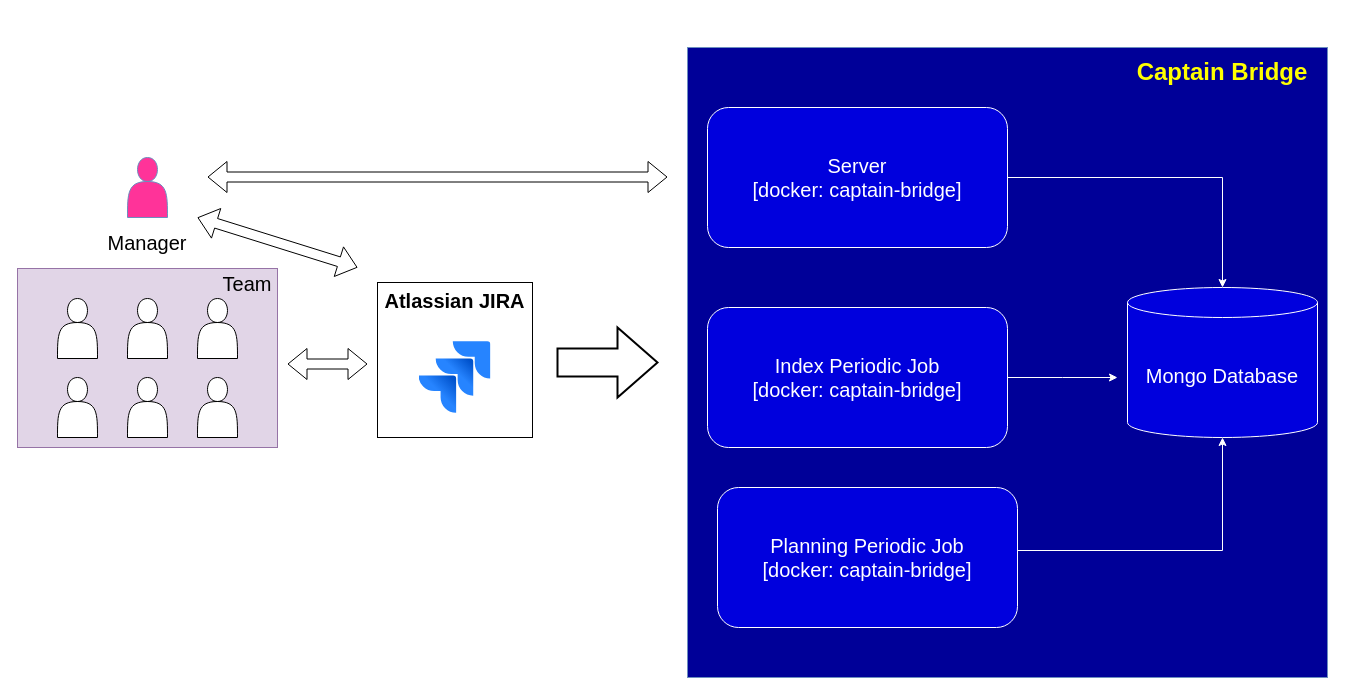
Above: architecture.drawio in panaetov/captain-bridge-wiki (draw.io), before the change. Source tidied: cells renumbered, new cells numbered last; positions are measured from the earlier drawing's top-left corner, leaving out a move shared by most shapes. Both pictures are drawn from the tidied source at 100%, with x=0, y=0 at pixel (17, 47).
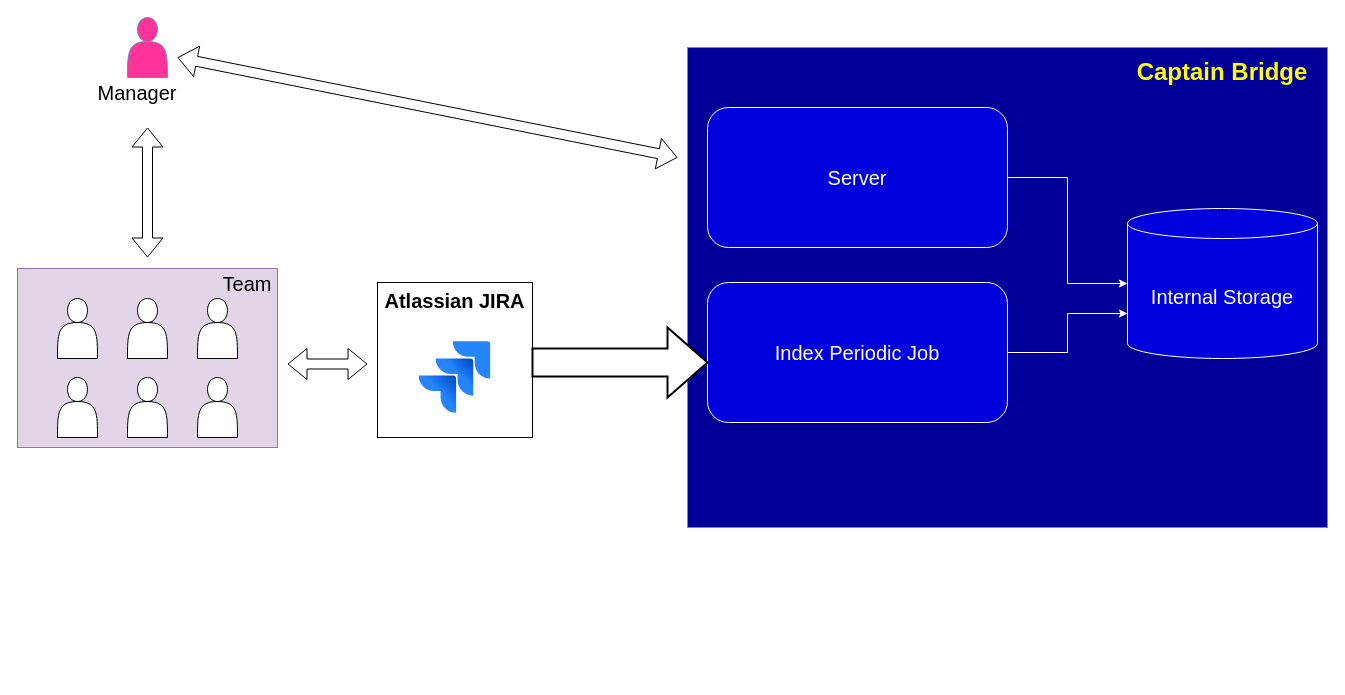
Above is the later version.

What changed in the source:
```diff
@@
     <mxCell id="3" style="rounded=0;whiteSpace=wrap;html=1;fillColor=#000098;strokeColor=#6c8ebf;" parent="1" vertex="1">
-      <mxGeometry x="670" width="640" height="630" as="geometry" />
+      <mxGeometry x="670" width="640" height="480" as="geometry" />
     </mxCell>
@@
-    <mxCell id="5" value="&lt;font style=&quot;font-size: 20px;&quot; color=&quot;#ffffff&quot;&gt;Server&lt;/font&gt;&lt;div&gt;&lt;font style=&quot;font-size: 20px;&quot; color=&quot;#ffffff&quot;&gt;[docker: captain-bridge]&lt;/font&gt;&lt;/div&gt;" style="rounded=1;whiteSpace=wrap;html=1;fillColor=#0000DD;strokeColor=#FFFFFF;" parent="1" vertex="1">
+    <mxCell id="5" value="&lt;font style=&quot;font-size: 20px;&quot; color=&quot;#ffffff&quot;&gt;Server&lt;/font&gt;" style="rounded=1;whiteSpace=wrap;html=1;fillColor=#0000DD;strokeColor=#FFFFFF;" parent="1" vertex="1">
       <mxGeometry x="690" y="60" width="300" height="140" as="geometry" />
     </mxCell>
-    <mxCell id="6" value="Mongo Database" style="shape=cylinder3;whiteSpace=wrap;html=1;boundedLbl=1;backgroundOutline=1;size=15;fillColor=#0000DD;strokeColor=#FFFFFF;fontSize=20;fontColor=#FFFFFF;" parent="1" vertex="1">
-      <mxGeometry x="1110" y="240" width="190" height="150" as="geometry" />
+    <mxCell id="6" value="Internal Storage" style="shape=cylinder3;whiteSpace=wrap;html=1;boundedLbl=1;backgroundOutline=1;size=15;fillColor=#0000DD;strokeColor=#FFFFFF;fontSize=20;fontColor=#FFFFFF;" parent="1" vertex="1">
+      <mxGeometry x="1110" y="161" width="190" height="150" as="geometry" />
     </mxCell>
-    <mxCell id="7" style="edgeStyle=orthogonalEdgeStyle;rounded=0;jettySize=auto;html=1;strokeColor=#FFFFFF;" parent="1" edge="1" source="8">
-      <mxGeometry relative="1" as="geometry">
-        <mxPoint x="1100" y="330" as="targetPoint" />
-      </mxGeometry>
+    <mxCell id="7" style="edgeStyle=orthogonalEdgeStyle;rounded=0;jettySize=auto;html=1;strokeColor=#FFFFFF;entryX=0;entryY=0;entryDx=0;entryDy=105;entryPerimeter=0;" parent="1" edge="1" source="8" target="6">
+      <mxGeometry relative="1" as="geometry" />
     </mxCell>
-    <mxCell id="8" value="&lt;div&gt;Index Periodic Job&lt;/div&gt;&lt;div&gt;[docker: captain-bridge]&lt;/div&gt;" style="rounded=1;whiteSpace=wrap;html=1;fillColor=#0000DD;strokeColor=#FFFFFF;fontSize=20;gradientColor=none;fontColor=#FFFFFF;" parent="1" vertex="1">
-      <mxGeometry x="690" y="260" width="300" height="140" as="geometry" />
+    <mxCell id="8" value="&lt;div&gt;Index Periodic Job&lt;/div&gt;" style="rounded=1;whiteSpace=wrap;html=1;fillColor=#0000DD;strokeColor=#FFFFFF;fontSize=20;gradientColor=none;fontColor=#FFFFFF;" parent="1" vertex="1">
+      <mxGeometry x="690" y="235" width="300" height="140" as="geometry" />
     </mxCell>
-    <mxCell id="9" value="&lt;div&gt;Planning Periodic Job&lt;/div&gt;&lt;div&gt;[docker: captain-bridge]&lt;/div&gt;" style="rounded=1;whiteSpace=wrap;html=1;fillColor=#0000DD;fontSize=20;fontColor=#FFFFFF;strokeColor=#FFFFFF;" parent="1" vertex="1">
-      <mxGeometry x="700" y="440" width="300" height="140" as="geometry" />
-    </mxCell>
-    <mxCell id="10" style="edgeStyle=orthogonalEdgeStyle;rounded=0;jettySize=auto;html=1;exitX=1;exitY=0.45;exitDx=0;exitDy=0;exitPerimeter=0;entryX=0.5;entryY=1;entryDx=0;entryDy=0;entryPerimeter=0;strokeColor=#FFFFFF;" parent="1" edge="1" source="9" target="6">
-      <mxGeometry relative="1" as="geometry" />
-    </mxCell>
@@
     <mxCell id="13" style="shape=actor;whiteSpace=wrap;html=1;fillColor=#FF3399;strokeColor=#6c8ebf;" parent="1" vertex="1">
-      <mxGeometry x="110" y="110" width="40" height="60" as="geometry" />
+      <mxGeometry x="110" y="-30" width="40" height="60" as="geometry" />
     </mxCell>
     <mxCell id="14" value="&lt;font&gt;Manager&lt;/font&gt;" style="text;html=1;align=center;verticalAlign=middle;whiteSpace=wrap;rounded=0;fontSize=20;" parent="1" vertex="1">
-      <mxGeometry x="100" y="180" width="60" height="30" as="geometry" />
+      <mxGeometry x="90" y="30" width="60" height="30" as="geometry" />
     </mxCell>
@@
     <mxCell id="22" style="verticalLabelPosition=bottom;verticalAlign=top;html=1;strokeWidth=2;shape=mxgraph.arrows2.arrow;dy=0.6;dx=40;notch=0;" parent="1" vertex="1">
-      <mxGeometry x="540" y="280" width="100" height="70" as="geometry" />
+      <mxGeometry x="515" y="280" width="175" height="70" as="geometry" />
     </mxCell>
@@
     <mxCell id="25" style="shape=flexArrow;endArrow=classic;startArrow=classic;html=1;rounded=0;" parent="1" edge="1">
       <mxGeometry relative="1" as="geometry">
-        <mxPoint x="190" y="129.5" as="sourcePoint" />
-        <mxPoint x="650" y="129.5" as="targetPoint" />
+        <mxPoint x="160" y="10" as="sourcePoint" />
+        <mxPoint x="660" y="110" as="targetPoint" />
       </mxGeometry>
     </mxCell>
     <mxCell id="26" style="shape=flexArrow;endArrow=classic;startArrow=classic;html=1;rounded=0;" parent="1" edge="1">
       <mxGeometry relative="1" as="geometry">
-        <mxPoint x="180" y="170" as="sourcePoint" />
-        <mxPoint x="340" y="220" as="targetPoint" />
+        <mxPoint x="130" y="210" as="sourcePoint" />
+        <mxPoint x="130" y="80" as="targetPoint" />
       </mxGeometry>
     </mxCell>
```
